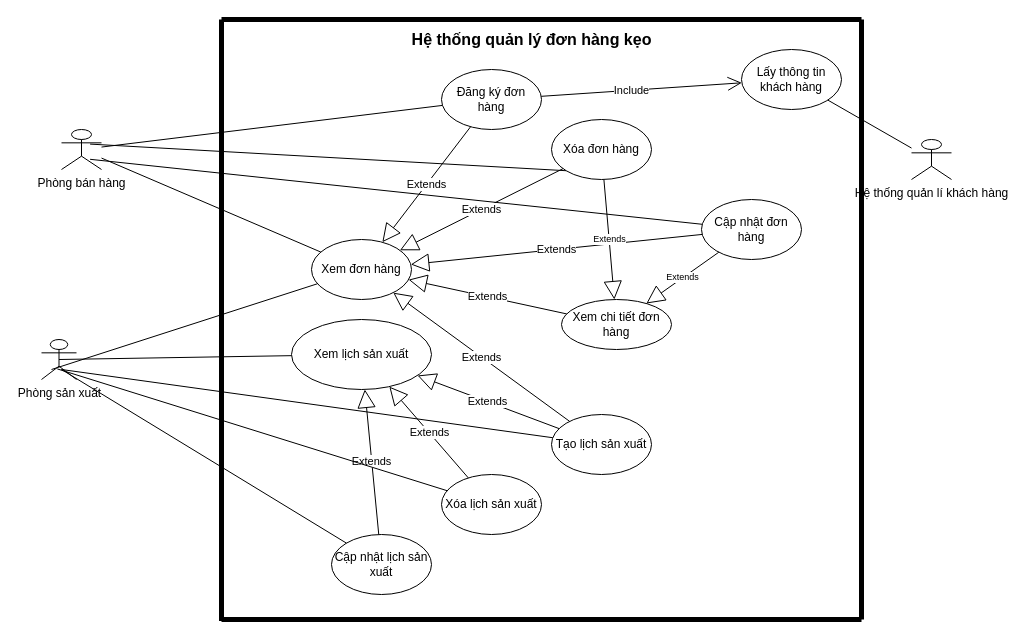
tuongkhang1701/Diagram keeps this draw.io diagram as sale.drawio. Above is the earlier version. Source tidied: cells renumbered, new cells numbered last; positions are measured from the earlier drawing's top-left corner, leaving out a move shared by most shapes. Both pictures are drawn from the tidied source at 100%, with x=0, y=0 at pixel (41, 19).
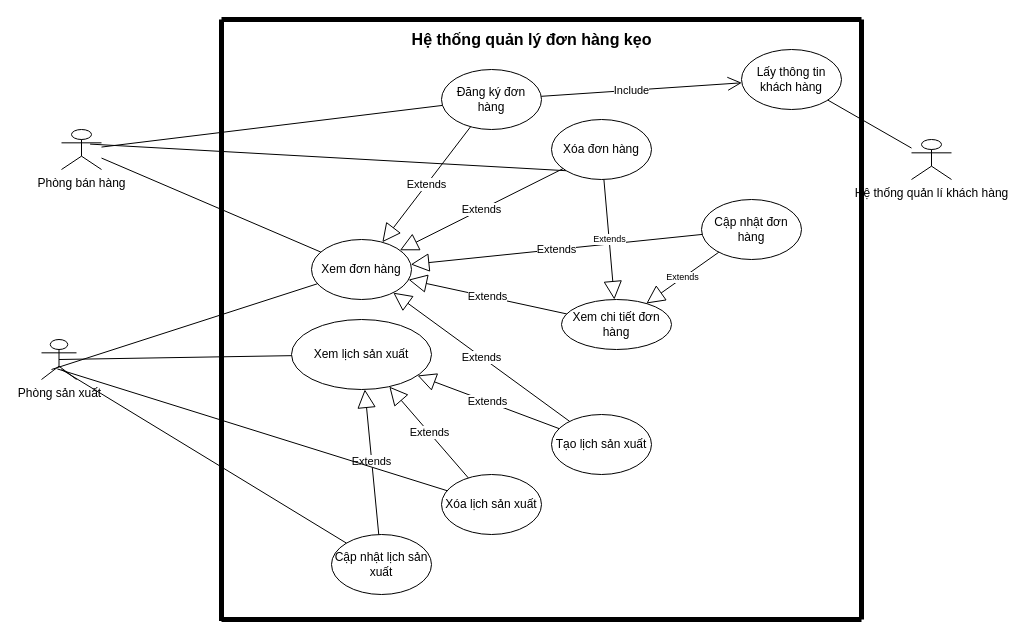
The same page after the edit.

Unchanged cells that the change refers to:
```xml
<mxCell id="2" value="Phòng bán hàng" style="shape=umlActor;verticalLabelPosition=bottom;verticalAlign=top;html=1;" parent="1" vertex="1">
  <mxGeometry x="20" y="110" width="40" height="40" as="geometry" />
</mxCell>
<mxCell id="4" value="Cập nhật đơn hàng" style="ellipse;whiteSpace=wrap;html=1;verticalAlign=middle;" parent="1" vertex="1">
  <mxGeometry x="660" y="180" width="100" height="60" as="geometry" />
</mxCell>
<mxCell id="8" value="Tạo lịch sản xuất" style="ellipse;whiteSpace=wrap;html=1;verticalAlign=middle;" parent="1" vertex="1">
  <mxGeometry x="510" y="395" width="100" height="60" as="geometry" />
</mxCell>
```

The edit, as a diff of the source:
```diff
@@
-    <mxCell id="23" style="endArrow=none;html=1;exitX=0.715;exitY=0.745;exitDx=0;exitDy=0;exitPerimeter=0;" parent="1" edge="1" source="2" target="4">
-      <mxGeometry relative="1" as="geometry" />
-    </mxCell>
@@
-    <mxCell id="27" style="endArrow=none;html=1;" parent="1" edge="1" target="8">
-      <mxGeometry relative="1" as="geometry">
-        <mxPoint x="20" y="350" as="sourcePoint" />
-      </mxGeometry>
-    </mxCell>
```
